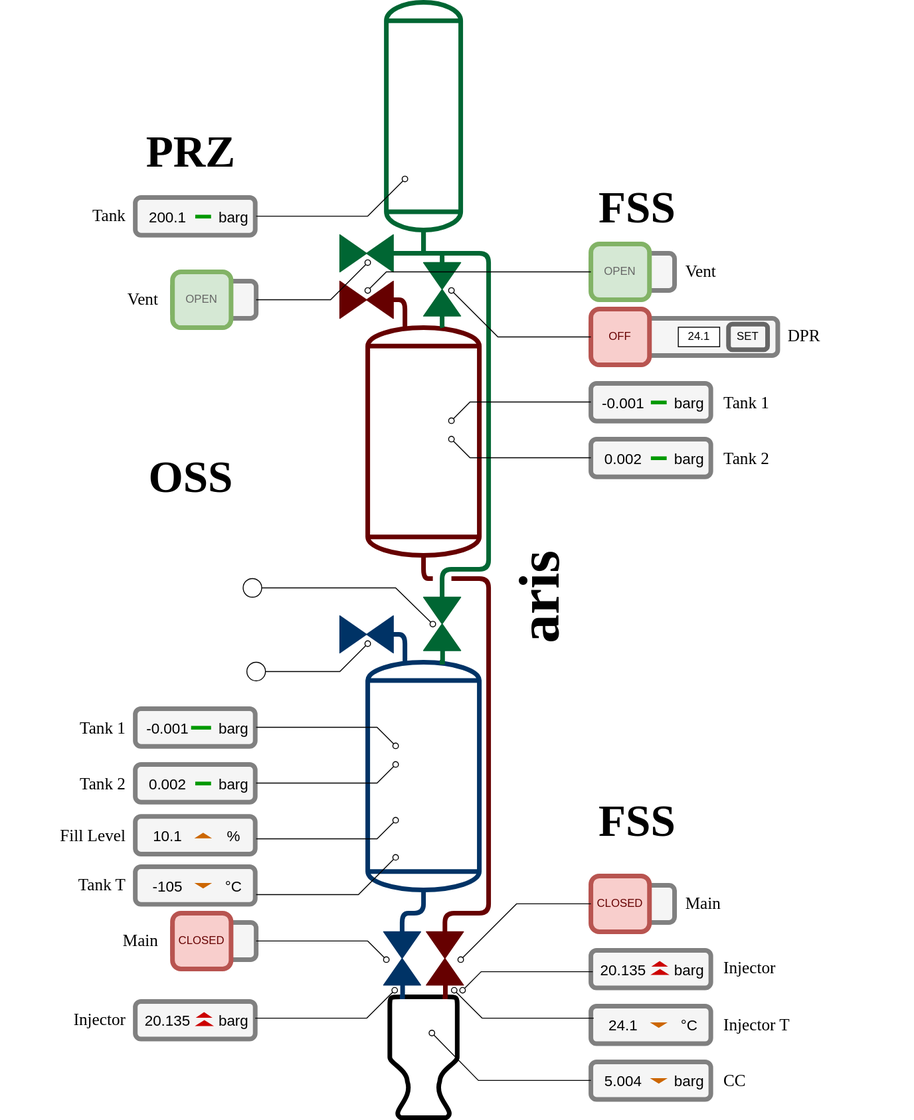
Above: pss.svg in aris-space/asteria-mission-control (draw.io), before the change. Source tidied: cells renumbered, new cells last; positions are measured from the earlier drawing's top-left corner, leaving out a move shared by most shapes.
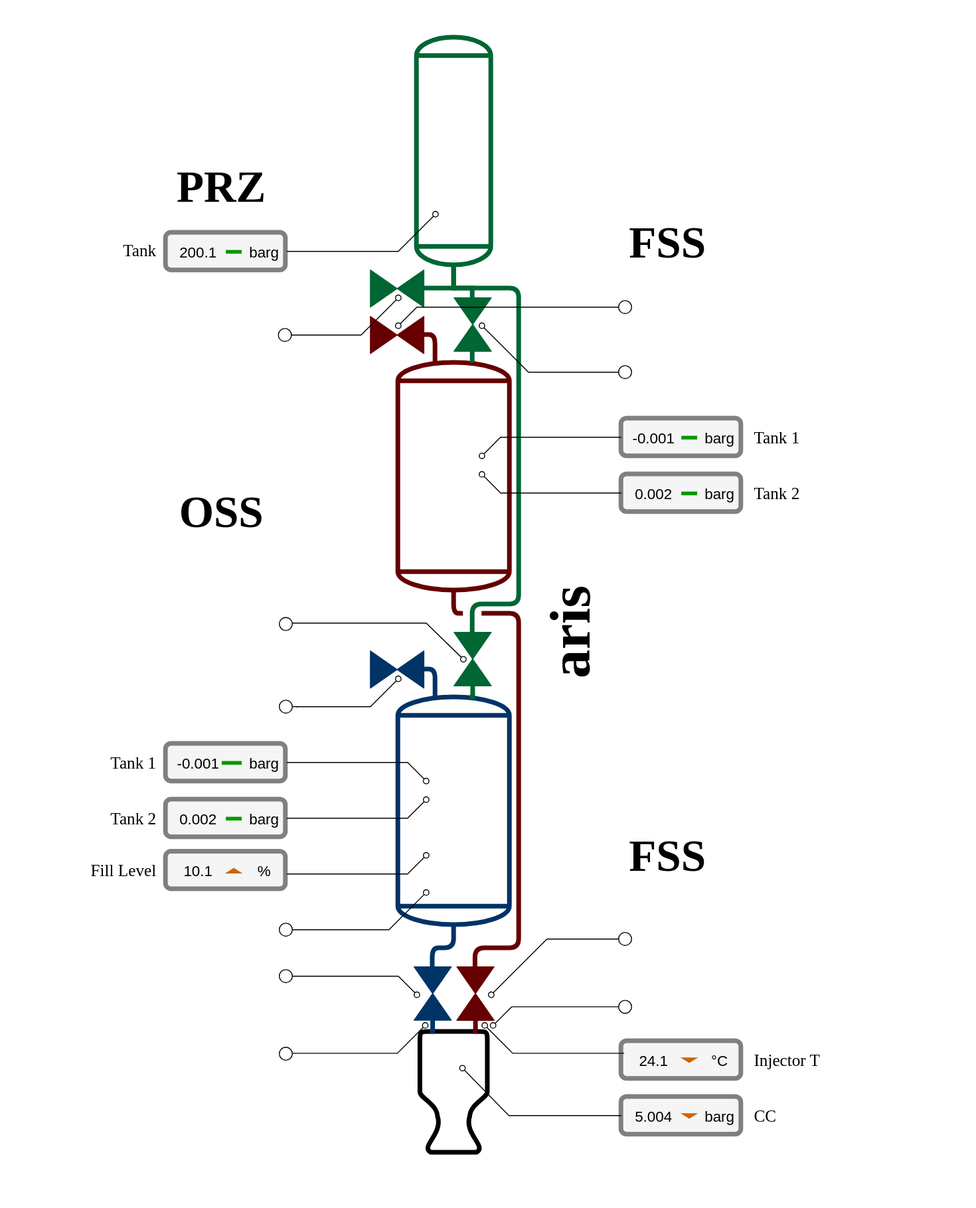
After the commit.

Commit message:
feat: PSS diagram with more datapoints

The edit, as a diff of the source:
```diff
@@ -139,57 +139,6 @@
         </Array>
       </mxGeometry>
     </mxCell>
-    <mxCell id="25" style="rounded=1;whiteSpace=wrap;html=1;strokeWidth=5;fillColor=#f5f5f5;strokeColor=#808080;fontColor=#333333;" parent="1" vertex="1">
-      <mxGeometry x="185" y="300" width="90" height="40" as="geometry" />
-    </mxCell>
-    <mxCell id="26" value="&lt;span style=&quot;color: light-dark(rgb(102, 102, 102), rgb(237, 237, 237));&quot;&gt;OPEN&lt;/span&gt;" style="rounded=1;whiteSpace=wrap;html=1;strokeWidth=5;fillColor=#d5e8d4;strokeColor=#82b366;" parent="1" vertex="1">
-      <mxGeometry x="185" y="290" width="63" height="60" as="geometry" />
-    </mxCell>
-    <mxCell id="27" value="Vent" style="text;html=1;whiteSpace=wrap;strokeColor=none;fillColor=none;align=right;verticalAlign=middle;rounded=0;fontSize=18;fontFamily=Verdana;" parent="1" vertex="1">
-      <mxGeometry x="35" y="305" width="137" height="30" as="geometry" />
-    </mxCell>
-    <mxCell id="28" style="rounded=1;whiteSpace=wrap;html=1;strokeWidth=5;fillColor=#f5f5f5;strokeColor=#808080;fontColor=#333333;" parent="1" vertex="1">
-      <mxGeometry x="635" y="950" width="90" height="40" as="geometry" />
-    </mxCell>
-    <mxCell id="29" value="&lt;span style=&quot;color: light-dark(rgb(102, 0, 0), rgb(237, 237, 237));&quot;&gt;CLOSED&lt;/span&gt;" style="rounded=1;whiteSpace=wrap;html=1;strokeWidth=5;fillColor=#f8cecc;strokeColor=#b85450;" parent="1" vertex="1">
-      <mxGeometry x="635" y="940" width="63" height="60" as="geometry" />
-    </mxCell>
-    <mxCell id="30" style="rounded=1;whiteSpace=wrap;html=1;strokeWidth=5;fillColor=#f5f5f5;strokeColor=#808080;fontColor=#333333;" parent="1" vertex="1">
-      <mxGeometry x="185" y="990" width="90" height="40" as="geometry" />
-    </mxCell>
-    <mxCell id="31" value="&lt;span style=&quot;color: light-dark(rgb(102, 0, 0), rgb(237, 237, 237));&quot;&gt;CLOSED&lt;/span&gt;" style="rounded=1;whiteSpace=wrap;html=1;strokeWidth=5;fillColor=#f8cecc;strokeColor=#b85450;" parent="1" vertex="1">
-      <mxGeometry x="185" y="980" width="63" height="60" as="geometry" />
-    </mxCell>
-    <mxCell id="32" value="Main" style="text;html=1;whiteSpace=wrap;strokeColor=none;fillColor=none;align=right;verticalAlign=middle;rounded=0;fontSize=18;fontFamily=Verdana;" parent="1" vertex="1">
-      <mxGeometry x="35" y="995" width="137" height="30" as="geometry" />
-    </mxCell>
-    <mxCell id="33" value="Main" style="text;html=1;whiteSpace=wrap;strokeColor=none;fillColor=none;align=left;verticalAlign=middle;rounded=0;fontSize=18;fontFamily=Verdana;" parent="1" vertex="1">
-      <mxGeometry x="735" y="955" width="137" height="30" as="geometry" />
-    </mxCell>
-    <mxCell id="34" style="rounded=1;whiteSpace=wrap;html=1;strokeWidth=5;fillColor=#f5f5f5;strokeColor=#808080;fontColor=#333333;" parent="1" vertex="1">
-      <mxGeometry x="635" y="270" width="90" height="40" as="geometry" />
-    </mxCell>
-    <mxCell id="35" value="&lt;span style=&quot;color: light-dark(rgb(102, 102, 102), rgb(237, 237, 237));&quot;&gt;OPEN&lt;/span&gt;" style="rounded=1;whiteSpace=wrap;html=1;strokeWidth=5;fillColor=#d5e8d4;strokeColor=#82b366;" parent="1" vertex="1">
-      <mxGeometry x="635" y="260" width="63" height="60" as="geometry" />
-    </mxCell>
-    <mxCell id="36" value="Vent" style="text;html=1;whiteSpace=wrap;strokeColor=none;fillColor=none;align=left;verticalAlign=middle;rounded=0;fontSize=18;fontFamily=Verdana;" parent="1" vertex="1">
-      <mxGeometry x="735" y="275" width="137" height="30" as="geometry" />
-    </mxCell>
-    <mxCell id="37" style="rounded=1;whiteSpace=wrap;html=1;strokeWidth=5;fillColor=#f5f5f5;strokeColor=#808080;fontColor=#333333;" parent="1" vertex="1">
-      <mxGeometry x="635" y="340" width="201" height="40" as="geometry" />
-    </mxCell>
-    <mxCell id="38" value="&lt;span style=&quot;color: light-dark(rgb(102, 0, 0), rgb(237, 237, 237));&quot;&gt;OFF&lt;/span&gt;" style="rounded=1;whiteSpace=wrap;html=1;strokeWidth=5;fillColor=#f8cecc;strokeColor=#b85450;" parent="1" vertex="1">
-      <mxGeometry x="635" y="330" width="63" height="60" as="geometry" />
-    </mxCell>
-    <mxCell id="39" value="24.1" style="rounded=0;whiteSpace=wrap;html=1;" parent="1" vertex="1">
-      <mxGeometry x="729" y="349.5" width="44.5" height="21" as="geometry" />
-    </mxCell>
-    <mxCell id="40" value="&lt;span style=&quot;color: light-dark(rgb(0, 0, 0), rgb(237, 237, 237));&quot;&gt;SET&lt;/span&gt;" style="rounded=1;whiteSpace=wrap;html=1;strokeWidth=5;fillColor=#f5f5f5;strokeColor=#666666;fontColor=#333333;" parent="1" vertex="1">
-      <mxGeometry x="783" y="346.2" width="42" height="27.5" as="geometry" />
-    </mxCell>
-    <mxCell id="41" value="DPR" style="text;html=1;whiteSpace=wrap;strokeColor=none;fillColor=none;align=left;verticalAlign=middle;rounded=0;fontSize=18;fontFamily=Verdana;" parent="1" vertex="1">
-      <mxGeometry x="845" y="343.8" width="137" height="30" as="geometry" />
-    </mxCell>
     <mxCell id="42" style="rounded=1;whiteSpace=wrap;html=1;strokeWidth=5;fillColor=#f5f5f5;fontColor=#333333;strokeColor=#808080;" parent="1" vertex="1">
       <mxGeometry x="635" y="410" width="129" height="40.5" as="geometry" />
     </mxCell>
@@ -220,24 +169,6 @@
     <mxCell id="51" value="Tank 2" style="text;html=1;whiteSpace=wrap;strokeColor=none;fillColor=none;align=left;verticalAlign=middle;rounded=0;fontSize=18;fontFamily=Verdana;" parent="1" vertex="1">
       <mxGeometry x="776" y="475.5" width="137" height="30" as="geometry" />
     </mxCell>
-    <mxCell id="52" style="rounded=1;whiteSpace=wrap;html=1;strokeWidth=5;fillColor=#f5f5f5;fontColor=#333333;strokeColor=#808080;" parent="1" vertex="1">
-      <mxGeometry x="635" y="1020" width="129" height="40.5" as="geometry" />
-    </mxCell>
-    <mxCell id="53" value="20.135" style="text;html=1;whiteSpace=wrap;strokeColor=none;fillColor=none;align=center;verticalAlign=middle;rounded=0;fontSize=16;" parent="1" vertex="1">
-      <mxGeometry x="640" y="1025.5" width="60" height="30" as="geometry" />
-    </mxCell>
-    <mxCell id="54" value="barg" style="text;html=1;whiteSpace=wrap;strokeColor=none;fillColor=none;align=center;verticalAlign=middle;rounded=0;fontSize=16;" parent="1" vertex="1">
-      <mxGeometry x="711" y="1025.5" width="60" height="30" as="geometry" />
-    </mxCell>
-    <mxCell id="55" style="triangle;whiteSpace=wrap;html=1;rotation=-90;fillColor=#CC0000;strokeColor=none;" parent="1" vertex="1">
-      <mxGeometry x="706" y="1025.5" width="6" height="18" as="geometry" />
-    </mxCell>
-    <mxCell id="56" style="triangle;whiteSpace=wrap;html=1;rotation=-90;fillColor=#CC0000;strokeColor=none;" parent="1" vertex="1">
-      <mxGeometry x="706" y="1033" width="6.5" height="20.6" as="geometry" />
-    </mxCell>
-    <mxCell id="57" value="Injector" style="text;html=1;whiteSpace=wrap;strokeColor=none;fillColor=none;align=left;verticalAlign=middle;rounded=0;fontSize=18;fontFamily=Verdana;" parent="1" vertex="1">
-      <mxGeometry x="776" y="1023.5" width="137" height="30" as="geometry" />
-    </mxCell>
     <mxCell id="58" style="rounded=1;whiteSpace=wrap;html=1;strokeWidth=5;fillColor=#f5f5f5;fontColor=#333333;strokeColor=#808080;" parent="1" vertex="1">
       <mxGeometry x="635" y="1140" width="129" height="40.5" as="geometry" />
     </mxCell>
@@ -328,39 +259,6 @@
     <mxCell id="87" style="triangle;whiteSpace=wrap;html=1;rotation=-90;fillColor=#CC6600;strokeColor=none;direction=west;fontColor=#ffffff;flipV=1;legacyAnchorPoints=0;flipH=1;" parent="1" vertex="1">
       <mxGeometry x="215" y="887" width="6" height="19" as="geometry" />
     </mxCell>
-    <mxCell id="88" style="rounded=1;whiteSpace=wrap;html=1;strokeWidth=5;fillColor=#f5f5f5;fontColor=#333333;strokeColor=#808080;" parent="1" vertex="1">
-      <mxGeometry x="145" y="930" width="129" height="40.5" as="geometry" />
-    </mxCell>
-    <mxCell id="89" value="-105" style="text;html=1;whiteSpace=wrap;strokeColor=none;fillColor=none;align=center;verticalAlign=middle;rounded=0;fontSize=16;" parent="1" vertex="1">
-      <mxGeometry x="150" y="935.5" width="60" height="30" as="geometry" />
-    </mxCell>
-    <mxCell id="90" value="°C" style="text;html=1;whiteSpace=wrap;strokeColor=none;fillColor=none;align=center;verticalAlign=middle;rounded=0;fontSize=16;" parent="1" vertex="1">
-      <mxGeometry x="221" y="935.5" width="60" height="30" as="geometry" />
-    </mxCell>
-    <mxCell id="91" style="triangle;whiteSpace=wrap;html=1;rotation=-90;fillColor=#CC6600;strokeColor=none;direction=west;fontColor=#ffffff;" parent="1" vertex="1">
-      <mxGeometry x="215" y="941" width="6" height="19" as="geometry" />
-    </mxCell>
-    <mxCell id="92" value="Tank T" style="text;html=1;whiteSpace=wrap;strokeColor=none;fillColor=none;align=right;verticalAlign=middle;rounded=0;fontSize=18;fontFamily=Verdana;" parent="1" vertex="1">
-      <mxGeometry y="935.2" width="137" height="30" as="geometry" />
-    </mxCell>
-    <mxCell id="93" style="rounded=1;whiteSpace=wrap;html=1;strokeWidth=5;fillColor=#f5f5f5;fontColor=#333333;strokeColor=#808080;" parent="1" vertex="1">
-      <mxGeometry x="145" y="1075" width="129" height="40.5" as="geometry" />
-    </mxCell>
-    <mxCell id="94" value="20.135" style="text;html=1;whiteSpace=wrap;strokeColor=none;fillColor=none;align=center;verticalAlign=middle;rounded=0;fontSize=16;" parent="1" vertex="1">
-      <mxGeometry x="150" y="1080.5" width="60" height="30" as="geometry" />
-    </mxCell>
-    <mxCell id="95" value="barg" style="text;html=1;whiteSpace=wrap;strokeColor=none;fillColor=none;align=center;verticalAlign=middle;rounded=0;fontSize=16;" parent="1" vertex="1">
-      <mxGeometry x="221" y="1080.5" width="60" height="30" as="geometry" />
-    </mxCell>
-    <mxCell id="96" style="triangle;whiteSpace=wrap;html=1;rotation=-90;fillColor=#CC0000;strokeColor=none;" parent="1" vertex="1">
-      <mxGeometry x="216" y="1080.5" width="6" height="18" as="geometry" />
-    </mxCell>
-    <mxCell id="97" style="triangle;whiteSpace=wrap;html=1;rotation=-90;fillColor=#CC0000;strokeColor=none;" parent="1" vertex="1">
-      <mxGeometry x="216" y="1088" width="6.5" height="20.6" as="geometry" />
-    </mxCell>
-    <mxCell id="98" value="Injector" style="text;html=1;whiteSpace=wrap;strokeColor=none;fillColor=none;align=right;verticalAlign=middle;rounded=0;fontSize=18;fontFamily=Verdana;" parent="1" vertex="1">
-      <mxGeometry y="1080" width="137" height="30" as="geometry" />
-    </mxCell>
     <mxCell id="99" style="endArrow=oval;html=1;rounded=0;elbow=vertical;endFill=0;" parent="1" edge="1">
       <mxGeometry relative="1" as="geometry">
         <mxPoint x="275" y="320" as="sourcePoint" />
@@ -398,8 +296,9 @@
         </Array>
       </mxGeometry>
     </mxCell>
-    <mxCell id="103" style="endArrow=oval;html=1;rounded=0;elbow=vertical;endFill=0;entryX=0.522;entryY=0.75;entryDx=0;entryDy=0;entryPerimeter=0;exitX=1;exitY=0.5;exitDx=0;exitDy=0;" parent="1" edge="1" source="124">
+    <mxCell id="103" style="endArrow=oval;html=1;rounded=0;elbow=vertical;endFill=0;entryX=0.522;entryY=0.75;entryDx=0;entryDy=0;entryPerimeter=0;exitX=1;exitY=0.5;exitDx=0;exitDy=0;" parent="1" edge="1">
       <mxGeometry relative="1" as="geometry">
+        <mxPoint x="285" y="720" as="sourcePoint" />
         <mxPoint x="395" y="690" as="targetPoint" />
         <Array as="points">
           <mxPoint x="365" y="720" />
@@ -538,15 +437,40 @@
       <mxGeometry x="505" y="610" width="150" height="60" as="geometry" />
     </mxCell>
     <mxCell id="122" style="ellipse;whiteSpace=wrap;html=1;" parent="1" vertex="1">
-      <mxGeometry x="261" y="620" width="20" height="20" as="geometry" />
+      <mxGeometry x="267" y="624" width="14" height="14" as="geometry" />
     </mxCell>
-    <mxCell id="123" style="endArrow=oval;html=1;rounded=0;elbow=vertical;endFill=0;entryX=0.522;entryY=0.75;entryDx=0;entryDy=0;entryPerimeter=0;exitX=1;exitY=0.5;exitDx=0;exitDy=0;" parent="1" edge="1" target="124">
+    <mxCell id="123" style="endArrow=oval;html=1;rounded=0;elbow=vertical;endFill=0;" parent="1" edge="1">
       <mxGeometry relative="1" as="geometry">
-        <mxPoint x="275" y="720" as="sourcePoint" />
+        <mxPoint x="287" y="720" as="sourcePoint" />
+        <mxPoint x="277" y="720" as="targetPoint" />
       </mxGeometry>
     </mxCell>
-    <mxCell id="124" style="ellipse;whiteSpace=wrap;html=1;" parent="1" vertex="1">
-      <mxGeometry x="265" y="710" width="20" height="20" as="geometry" />
-    </mxCell>
+    <mxCell id="125" style="ellipse;whiteSpace=wrap;html=1;" parent="1" vertex="1">
+      <mxGeometry x="267" y="713" width="14" height="14" as="geometry" />
+    </mxCell>
+    <mxCell id="126" style="ellipse;whiteSpace=wrap;html=1;" parent="1" vertex="1">
+      <mxGeometry x="267" y="1086.5" width="14" height="14" as="geometry" />
+    </mxCell>
+    <mxCell id="127" style="ellipse;whiteSpace=wrap;html=1;" parent="1" vertex="1">
+      <mxGeometry x="267" y="1003" width="14" height="14" as="geometry" />
+    </mxCell>
+    <mxCell id="128" style="ellipse;whiteSpace=wrap;html=1;" parent="1" vertex="1">
+      <mxGeometry x="267" y="953" width="14" height="14" as="geometry" />
+    </mxCell>
+    <mxCell id="129" style="ellipse;whiteSpace=wrap;html=1;" parent="1" vertex="1">
+      <mxGeometry x="632" y="353" width="14" height="14" as="geometry" />
+    </mxCell>
+    <mxCell id="130" style="ellipse;whiteSpace=wrap;html=1;" parent="1" vertex="1">
+      <mxGeometry x="632" y="283" width="14" height="14" as="geometry" />
+    </mxCell>
+    <mxCell id="131" style="ellipse;whiteSpace=wrap;html=1;" parent="1" vertex="1">
+      <mxGeometry x="266" y="313" width="14" height="14" as="geometry" />
+    </mxCell>
+    <mxCell id="132" style="ellipse;whiteSpace=wrap;html=1;" parent="1" vertex="1">
+      <mxGeometry x="632" y="1036" width="14" height="14" as="geometry" />
+    </mxCell>
+    <mxCell id="133" style="ellipse;whiteSpace=wrap;html=1;" parent="1" vertex="1">
+      <mxGeometry x="632" y="963" width="14" height="14" as="geometry" />
+    </mxCell>
   </root>
 </mxGraphModel>
```
